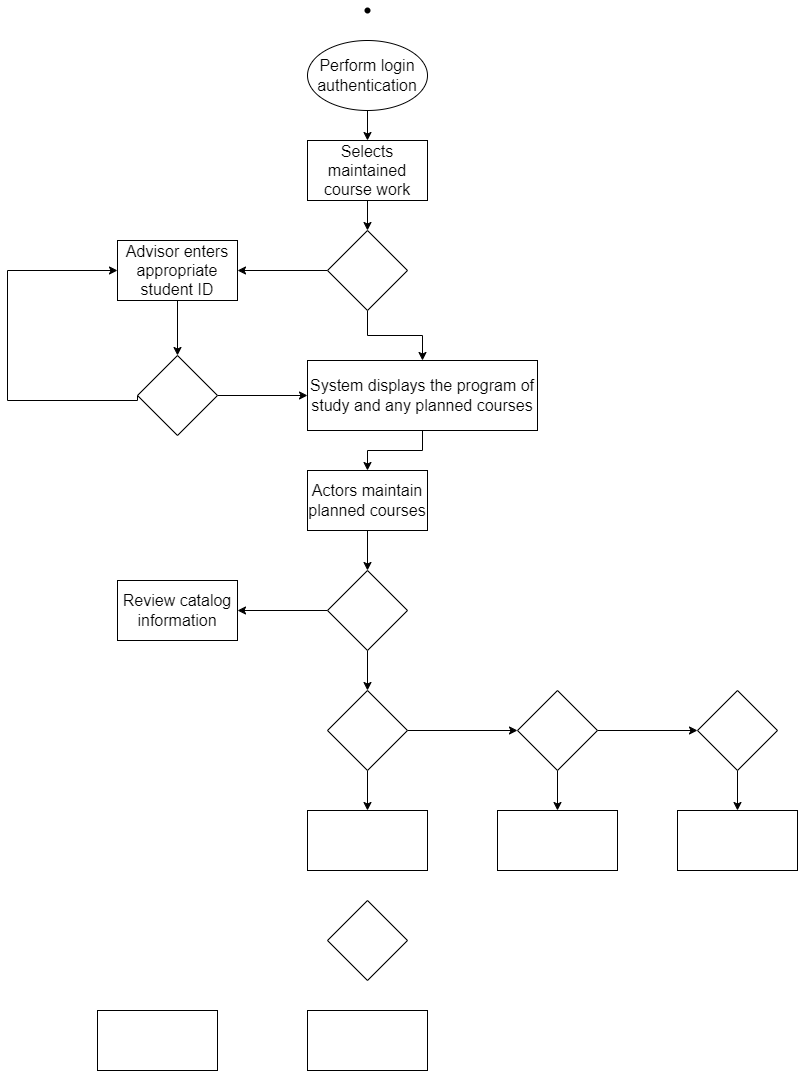
Earlier version of the draw.io export Chương 1.png (datnham0212/learning). Source tidied: cells renumbered, new cells last; positions are measured from the earlier drawing's top-left corner, leaving out a move shared by most shapes.
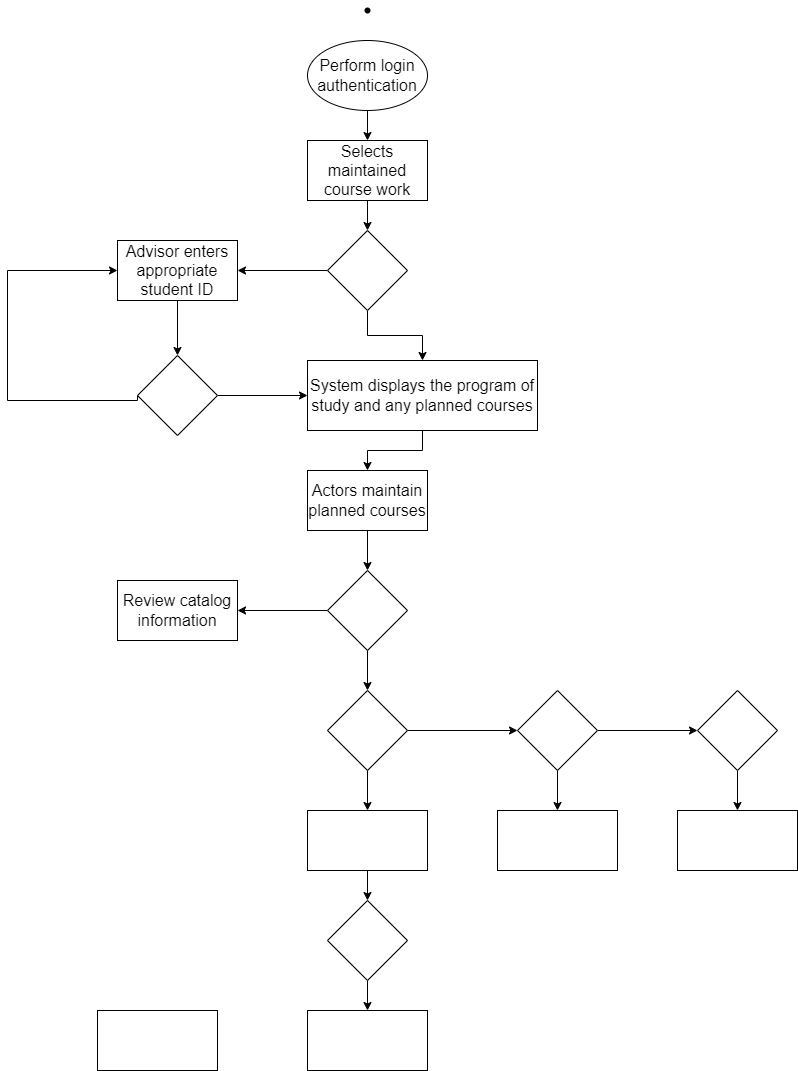
The same file after the commit.

Diff of the diagram source:
```diff
@@ -62,6 +62,9 @@
     <mxCell id="19" value="Review catalog information" style="rounded=0;whiteSpace=wrap;html=1;fontSize=16;" parent="1" vertex="1">
       <mxGeometry x="110" y="580" width="120" height="60" as="geometry" />
     </mxCell>
+    <mxCell id="37" style="edgeStyle=orthogonalEdgeStyle;rounded=0;jettySize=auto;html=1;entryX=0.5;entryY=0;entryDx=0;entryDy=0;" parent="1" edge="1" source="20" target="34">
+      <mxGeometry relative="1" as="geometry" />
+    </mxCell>
     <mxCell id="20" style="rounded=0;whiteSpace=wrap;html=1;fontSize=16;" parent="1" vertex="1">
       <mxGeometry x="300" y="810" width="120" height="60" as="geometry" />
     </mxCell>
@@ -104,6 +107,9 @@
     <mxCell id="33" style="rounded=0;whiteSpace=wrap;html=1;fontSize=16;" parent="1" vertex="1">
       <mxGeometry x="670" y="810" width="120" height="60" as="geometry" />
     </mxCell>
+    <mxCell id="38" style="edgeStyle=orthogonalEdgeStyle;rounded=0;jettySize=auto;html=1;" parent="1" edge="1" source="34" target="35">
+      <mxGeometry relative="1" as="geometry" />
+    </mxCell>
     <mxCell id="34" style="rhombus;whiteSpace=wrap;html=1;fontSize=16;" parent="1" vertex="1">
       <mxGeometry x="320" y="900" width="80" height="80" as="geometry" />
     </mxCell>
```
